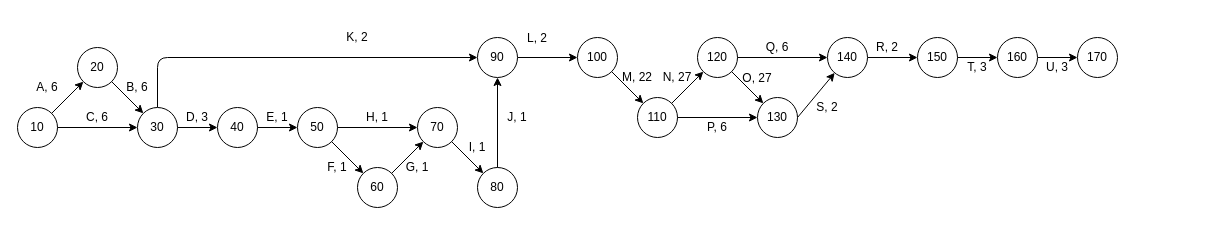
Earlier version of the draw.io diagram DOCS/Diagrams/drawio/PERT Diagram.drawio (alexxGmZ/MenuMaApp). Source tidied: cells renumbered, new cells numbered last; positions are measured from the earlier drawing's top-left corner, leaving out a move shared by most shapes. Both pictures are drawn from the tidied source at 100%, with x=0, y=0 at pixel (17, 17).
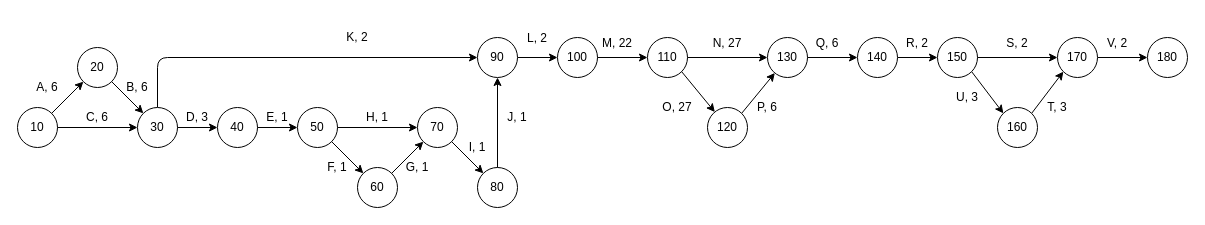
The same diagram, later.

Commit message:
diagram(pert): re-route task R

Change to the diagram source:
```diff
@@
     <mxCell id="31" value="&lt;font style=&quot;font-size: 12px;&quot;&gt;100&lt;br&gt;&lt;/font&gt;" style="ellipse;whiteSpace=wrap;html=1;" parent="1" vertex="1">
-      <mxGeometry x="560" y="20" width="40" height="40" as="geometry" />
+      <mxGeometry x="540" y="20" width="40" height="40" as="geometry" />
     </mxCell>
     <mxCell id="32" value="&lt;font style=&quot;font-size: 12px;&quot;&gt;110&lt;br&gt;&lt;/font&gt;" style="ellipse;whiteSpace=wrap;html=1;" parent="1" vertex="1">
-      <mxGeometry x="620" y="80" width="40" height="40" as="geometry" />
+      <mxGeometry x="630" y="20" width="40" height="40" as="geometry" />
     </mxCell>
-    <mxCell id="33" style="endArrow=classic;html=1;fontSize=12;exitX=1;exitY=1;exitDx=0;exitDy=0;entryX=0;entryY=0;entryDx=0;entryDy=0;" parent="1" edge="1" source="31" target="32">
+    <mxCell id="33" style="endArrow=classic;html=1;fontSize=12;exitX=1;exitY=0.5;exitDx=0;exitDy=0;entryX=0;entryY=0.5;entryDx=0;entryDy=0;" parent="1" edge="1" source="31" target="32">
       <mxGeometry relative="1" as="geometry" />
     </mxCell>
@@
     <mxCell id="36" value="M, 22" style="text;html=1;strokeColor=none;fillColor=none;align=center;verticalAlign=middle;whiteSpace=wrap;rounded=0;fontSize=12;" parent="1" vertex="1">
-      <mxGeometry x="600" y="40" width="40" height="40" as="geometry" />
+      <mxGeometry x="580" y="6" width="40" height="40" as="geometry" />
     </mxCell>
-    <mxCell id="37" value="&lt;font style=&quot;font-size: 12px;&quot;&gt;120&lt;br&gt;&lt;/font&gt;" style="ellipse;whiteSpace=wrap;html=1;" parent="1" vertex="1">
-      <mxGeometry x="680" y="20" width="40" height="40" as="geometry" />
+    <mxCell id="37" value="&lt;font style=&quot;font-size: 12px;&quot;&gt;130&lt;br&gt;&lt;/font&gt;" style="ellipse;whiteSpace=wrap;html=1;" parent="1" vertex="1">
+      <mxGeometry x="750" y="20" width="40" height="40" as="geometry" />
     </mxCell>
-    <mxCell id="38" style="endArrow=classic;html=1;fontSize=12;exitX=1;exitY=0;exitDx=0;exitDy=0;entryX=0;entryY=1;entryDx=0;entryDy=0;" parent="1" edge="1" source="32" target="37">
+    <mxCell id="38" style="endArrow=classic;html=1;fontSize=12;exitX=1;exitY=0.5;exitDx=0;exitDy=0;entryX=0;entryY=0.5;entryDx=0;entryDy=0;" parent="1" edge="1" source="32" target="37">
       <mxGeometry relative="1" as="geometry" />
     </mxCell>
     <mxCell id="39" value="N, 27" style="text;html=1;strokeColor=none;fillColor=none;align=center;verticalAlign=middle;whiteSpace=wrap;rounded=0;fontSize=12;" parent="1" vertex="1">
-      <mxGeometry x="640" y="40" width="40" height="40" as="geometry" />
+      <mxGeometry x="690" y="6" width="40" height="40" as="geometry" />
     </mxCell>
-    <mxCell id="40" value="&lt;font style=&quot;font-size: 12px;&quot;&gt;130&lt;br&gt;&lt;/font&gt;" style="ellipse;whiteSpace=wrap;html=1;" parent="1" vertex="1">
-      <mxGeometry x="740" y="80" width="40" height="40" as="geometry" />
-    </mxCell>
-    <mxCell id="41" style="endArrow=classic;html=1;fontSize=12;exitX=1;exitY=1;exitDx=0;exitDy=0;entryX=0;entryY=0;entryDx=0;entryDy=0;" parent="1" edge="1" source="37" target="40">
-      <mxGeometry relative="1" as="geometry" />
-    </mxCell>
     <mxCell id="42" value="O, 27" style="text;html=1;strokeColor=none;fillColor=none;align=center;verticalAlign=middle;whiteSpace=wrap;rounded=0;fontSize=12;" parent="1" vertex="1">
-      <mxGeometry x="720" y="41" width="40" height="40" as="geometry" />
+      <mxGeometry x="640" y="70" width="40" height="40" as="geometry" />
     </mxCell>
-    <mxCell id="43" style="endArrow=classic;html=1;fontSize=12;exitX=1;exitY=0.5;exitDx=0;exitDy=0;entryX=0;entryY=0.5;entryDx=0;entryDy=0;" parent="1" edge="1" source="32" target="40">
+    <mxCell id="43" style="endArrow=classic;html=1;fontSize=12;exitX=1;exitY=1;exitDx=0;exitDy=0;" parent="1" edge="1" source="32" target="63">
       <mxGeometry relative="1" as="geometry" />
     </mxCell>
     <mxCell id="44" value="P, 6" style="text;html=1;strokeColor=none;fillColor=none;align=center;verticalAlign=middle;whiteSpace=wrap;rounded=0;fontSize=12;" parent="1" vertex="1">
-      <mxGeometry x="680" y="90" width="40" height="40" as="geometry" />
+      <mxGeometry x="730" y="70" width="40" height="40" as="geometry" />
     </mxCell>
@@
     <mxCell id="46" value="&lt;font style=&quot;font-size: 12px;&quot;&gt;140&lt;br&gt;&lt;/font&gt;" style="ellipse;whiteSpace=wrap;html=1;" parent="1" vertex="1">
-      <mxGeometry x="810" y="20" width="40" height="40" as="geometry" />
+      <mxGeometry x="840" y="20" width="40" height="40" as="geometry" />
     </mxCell>
@@
     <mxCell id="48" value="Q, 6" style="text;html=1;strokeColor=none;fillColor=none;align=center;verticalAlign=middle;whiteSpace=wrap;rounded=0;fontSize=12;" parent="1" vertex="1">
-      <mxGeometry x="740" y="10" width="40" height="40" as="geometry" />
+      <mxGeometry x="790" y="6" width="40" height="40" as="geometry" />
     </mxCell>
+    <mxCell id="61" style="edgeStyle=none;html=1;exitX=1;exitY=1;exitDx=0;exitDy=0;entryX=0;entryY=0;entryDx=0;entryDy=0;" parent="1" edge="1" source="49" target="65">
+      <mxGeometry relative="1" as="geometry" />
+    </mxCell>
     <mxCell id="49" value="&lt;font style=&quot;font-size: 12px;&quot;&gt;150&lt;br&gt;&lt;/font&gt;" style="ellipse;whiteSpace=wrap;html=1;" parent="1" vertex="1">
-      <mxGeometry x="900" y="20" width="40" height="40" as="geometry" />
+      <mxGeometry x="920" y="20" width="40" height="40" as="geometry" />
     </mxCell>
     <mxCell id="50" value="R, 2" style="text;html=1;strokeColor=none;fillColor=none;align=center;verticalAlign=middle;whiteSpace=wrap;rounded=0;fontSize=12;" parent="1" vertex="1">
-      <mxGeometry x="850" y="10" width="40" height="40" as="geometry" />
+      <mxGeometry x="880" y="6" width="40" height="40" as="geometry" />
     </mxCell>
-    <mxCell id="51" style="endArrow=classic;html=1;fontSize=12;exitX=1;exitY=0.5;exitDx=0;exitDy=0;" parent="1" edge="1" source="40" target="46">
-      <mxGeometry relative="1" as="geometry" />
-    </mxCell>
     <mxCell id="52" value="S, 2" style="text;html=1;strokeColor=none;fillColor=none;align=center;verticalAlign=middle;whiteSpace=wrap;rounded=0;fontSize=12;" parent="1" vertex="1">
-      <mxGeometry x="790" y="70" width="40" height="40" as="geometry" />
+      <mxGeometry x="980" y="6" width="40" height="40" as="geometry" />
     </mxCell>
@@
-    <mxCell id="54" value="&lt;font style=&quot;font-size: 12px;&quot;&gt;160&lt;br&gt;&lt;/font&gt;" style="ellipse;whiteSpace=wrap;html=1;" parent="1" vertex="1">
-      <mxGeometry x="980" y="20" width="40" height="40" as="geometry" />
+    <mxCell id="54" value="&lt;font style=&quot;font-size: 12px;&quot;&gt;170&lt;br&gt;&lt;/font&gt;" style="ellipse;whiteSpace=wrap;html=1;" parent="1" vertex="1">
+      <mxGeometry x="1040" y="20" width="40" height="40" as="geometry" />
     </mxCell>
-    <mxCell id="55" value="&lt;font style=&quot;font-size: 12px;&quot;&gt;170&lt;br&gt;&lt;/font&gt;" style="ellipse;whiteSpace=wrap;html=1;" parent="1" vertex="1">
-      <mxGeometry x="1060" y="20" width="40" height="40" as="geometry" />
+    <mxCell id="55" value="&lt;font style=&quot;font-size: 12px;&quot;&gt;180&lt;br&gt;&lt;/font&gt;" style="ellipse;whiteSpace=wrap;html=1;" parent="1" vertex="1">
+      <mxGeometry x="1130" y="20" width="40" height="40" as="geometry" />
     </mxCell>
@@
     <mxCell id="57" value="T, 3" style="text;html=1;strokeColor=none;fillColor=none;align=center;verticalAlign=middle;whiteSpace=wrap;rounded=0;fontSize=12;" parent="1" vertex="1">
-      <mxGeometry x="940" y="30" width="40" height="40" as="geometry" />
+      <mxGeometry x="1020" y="70" width="40" height="40" as="geometry" />
     </mxCell>
     <mxCell id="58" value="U, 3" style="text;html=1;strokeColor=none;fillColor=none;align=center;verticalAlign=middle;whiteSpace=wrap;rounded=0;fontSize=12;" parent="1" vertex="1">
-      <mxGeometry x="1020" y="30" width="40" height="40" as="geometry" />
+      <mxGeometry x="930" y="60" width="40" height="40" as="geometry" />
     </mxCell>
@@
+    <mxCell id="62" style="edgeStyle=none;html=1;exitX=1;exitY=0;exitDx=0;exitDy=0;" parent="1" edge="1" source="63" target="37">
+      <mxGeometry relative="1" as="geometry" />
+    </mxCell>
+    <mxCell id="63" value="&lt;font style=&quot;font-size: 12px;&quot;&gt;120&lt;br&gt;&lt;/font&gt;" style="ellipse;whiteSpace=wrap;html=1;" parent="1" vertex="1">
+      <mxGeometry x="690" y="90" width="40" height="40" as="geometry" />
+    </mxCell>
+    <mxCell id="64" style="edgeStyle=none;html=1;exitX=1;exitY=0;exitDx=0;exitDy=0;entryX=0;entryY=1;entryDx=0;entryDy=0;" parent="1" edge="1" source="65" target="54">
+      <mxGeometry relative="1" as="geometry" />
+    </mxCell>
+    <mxCell id="65" value="&lt;font style=&quot;font-size: 12px;&quot;&gt;160&lt;br&gt;&lt;/font&gt;" style="ellipse;whiteSpace=wrap;html=1;" parent="1" vertex="1">
+      <mxGeometry x="980" y="90" width="40" height="40" as="geometry" />
+    </mxCell>
+    <mxCell id="66" value="V, 2" style="text;html=1;strokeColor=none;fillColor=none;align=center;verticalAlign=middle;whiteSpace=wrap;rounded=0;fontSize=12;" parent="1" vertex="1">
+      <mxGeometry x="1080" y="6" width="40" height="40" as="geometry" />
+    </mxCell>
```
